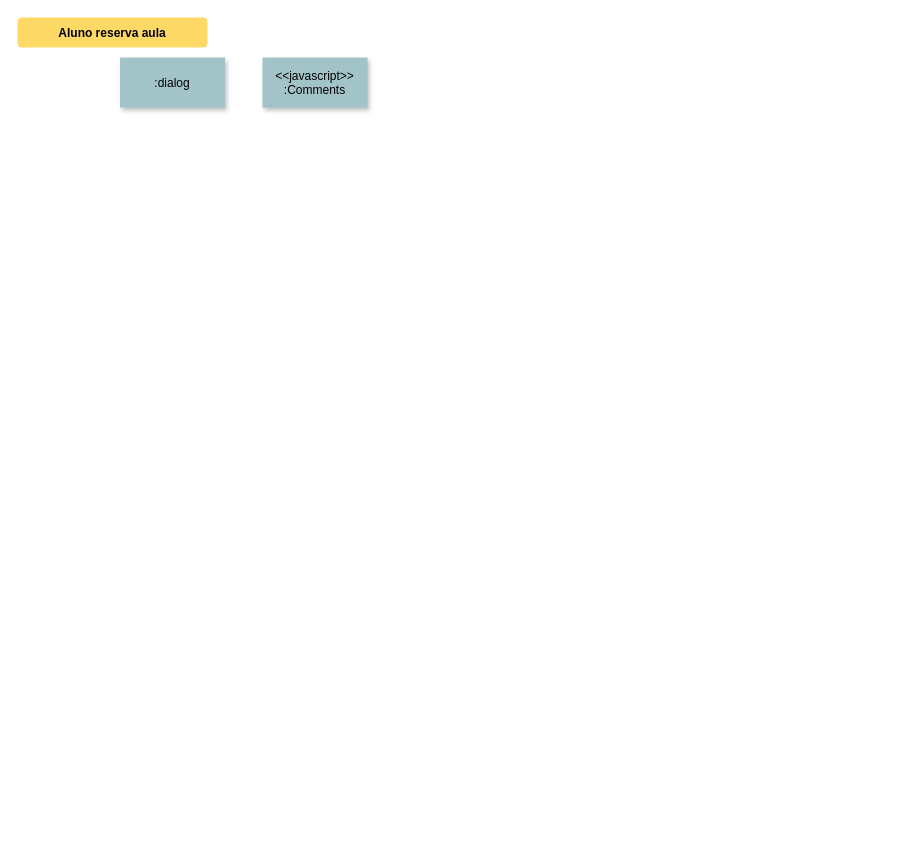
Above: aluno_reserva.drawio in Neandertals/personal (draw.io), before the change. Source tidied: cells renumbered, new cells numbered last; positions are measured from the earlier drawing's top-left corner, leaving out a move shared by most shapes. Both pictures are drawn from the tidied source at 100%, with x=0, y=0 at pixel (17, 17).
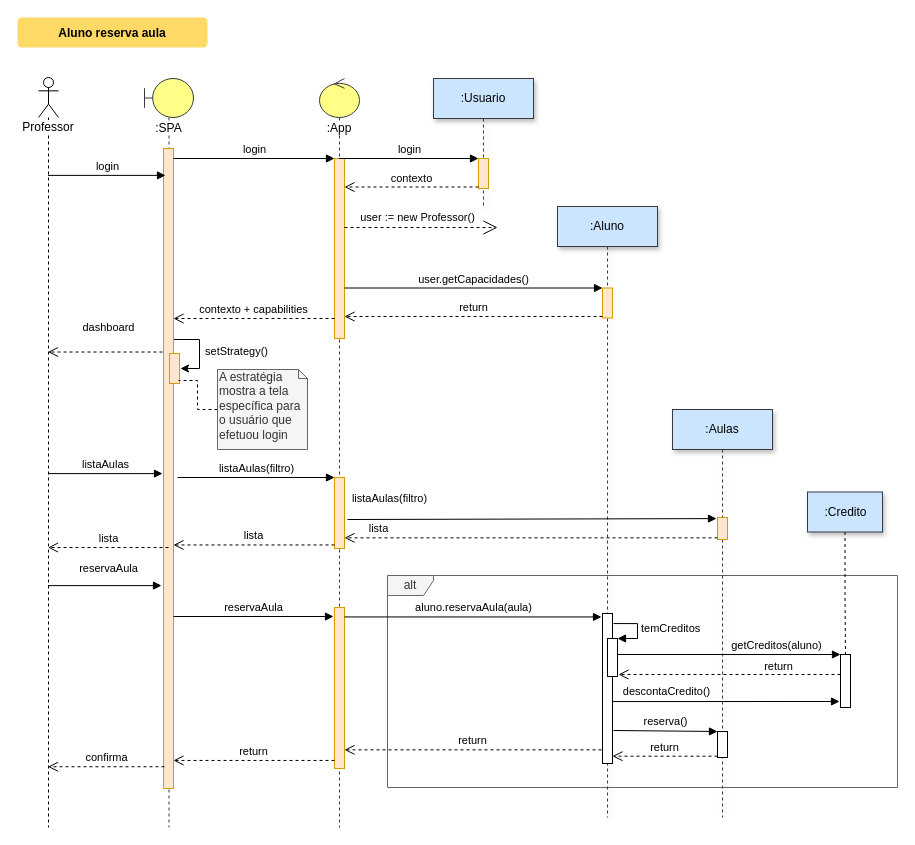
The same diagram, later.

Change to the diagram source:
```diff
@@
-    <mxCell id="2" value=":dialog" style="shadow=1;fillColor=#A2C4C9;strokeColor=none;" parent="1" vertex="1">
-      <mxGeometry x="102.5" y="40" width="105" height="50" as="geometry" />
-    </mxCell>
-    <mxCell id="3" value="&lt;&lt;javascript&gt;&gt;&#10;:Comments" style="shadow=1;fillColor=#A2C4C9;strokeColor=none;" parent="1" vertex="1">
-      <mxGeometry x="245" y="40" width="105" height="50" as="geometry" />
-    </mxCell>
@@
+    <mxCell id="5" value="alt" style="shape=umlFrame;whiteSpace=wrap;html=1;fillColor=#f5f5f5;strokeColor=#666666;fontColor=#333333;gradientColor=none;swimlaneFillColor=none;width=46;height=20;comic=0;" parent="1" vertex="1">
+      <mxGeometry x="370" y="558" width="510" height="212" as="geometry" />
+    </mxCell>
+    <mxCell id="6" value=":SPA" style="shape=umlLifeline;participant=umlBoundary;perimeter=lifelinePerimeter;whiteSpace=wrap;html=1;verticalAlign=top;spacingTop=36;labelBackgroundColor=#ffffff;size=39;fillColor=#ffff88;strokeColor=#36393d;" parent="1" vertex="1">
+      <mxGeometry x="127" y="61" width="49" height="749" as="geometry" />
+    </mxCell>
+    <mxCell id="7" value="setStrategy()" style="edgeStyle=orthogonalEdgeStyle;rounded=0;jettySize=auto;html=1;entryX=1.1;entryY=0.5;entryDx=0;entryDy=0;entryPerimeter=0;" parent="6" edge="1" source="8" target="9">
+      <mxGeometry x="0.52" y="-42" relative="1" as="geometry">
+        <Array as="points">
+          <mxPoint x="55" y="261" />
+          <mxPoint x="55" y="290" />
+        </Array>
+        <mxPoint x="38" y="25" as="offset" />
+      </mxGeometry>
+    </mxCell>
+    <mxCell id="8" style="html=1;points=[];perimeter=orthogonalPerimeter;fillColor=#ffe6cc;strokeColor=#d79b00;" parent="6" vertex="1">
+      <mxGeometry x="19" y="70" width="10" height="640" as="geometry" />
+    </mxCell>
+    <mxCell id="9" style="html=1;points=[];perimeter=orthogonalPerimeter;fillColor=#ffe6cc;strokeColor=#d79b00;" parent="6" vertex="1">
+      <mxGeometry x="25" y="275" width="10" height="30" as="geometry" />
+    </mxCell>
+    <mxCell id="10" value="Professor&lt;br&gt;" style="shape=umlLifeline;participant=umlActor;perimeter=lifelinePerimeter;whiteSpace=wrap;html=1;verticalAlign=top;spacingTop=36;labelBackgroundColor=#ffffff;outlineConnect=0;" parent="1" vertex="1">
+      <mxGeometry x="21" y="60" width="20" height="750" as="geometry" />
+    </mxCell>
+    <mxCell id="11" value=":Usuario" style="shape=umlLifeline;perimeter=lifelinePerimeter;whiteSpace=wrap;html=1;shadow=1;strokeColor=#36393d;fillColor=#cce5ff;" parent="1" vertex="1">
+      <mxGeometry x="416" y="61" width="100" height="129" as="geometry" />
+    </mxCell>
+    <mxCell id="12" style="html=1;points=[];perimeter=orthogonalPerimeter;fillColor=#ffe6cc;strokeColor=#d79b00;" parent="11" vertex="1">
+      <mxGeometry x="45" y="80" width="10" height="30" as="geometry" />
+    </mxCell>
+    <mxCell id="13" value=":App" style="shape=umlLifeline;participant=umlControl;perimeter=lifelinePerimeter;whiteSpace=wrap;html=1;verticalAlign=top;spacingTop=36;labelBackgroundColor=#ffffff;outlineConnect=0;size=39;fillColor=#ffff88;strokeColor=#36393d;" parent="1" vertex="1">
+      <mxGeometry x="302" y="61" width="40" height="749" as="geometry" />
+    </mxCell>
+    <mxCell id="14" style="html=1;points=[];perimeter=orthogonalPerimeter;fillColor=#ffe6cc;strokeColor=#d79b00;" parent="13" vertex="1">
+      <mxGeometry x="15" y="80" width="10" height="180" as="geometry" />
+    </mxCell>
+    <mxCell id="15" style="html=1;points=[];perimeter=orthogonalPerimeter;fillColor=#ffe6cc;strokeColor=#d79b00;" parent="13" vertex="1">
+      <mxGeometry x="15" y="399" width="10" height="71" as="geometry" />
+    </mxCell>
+    <mxCell id="16" style="html=1;points=[];perimeter=orthogonalPerimeter;fillColor=#ffe6cc;strokeColor=#d79b00;" parent="13" vertex="1">
+      <mxGeometry x="15" y="529" width="10" height="161" as="geometry" />
+    </mxCell>
+    <mxCell id="17" value="login" style="html=1;verticalAlign=bottom;endArrow=block;entryX=0;entryY=0;" parent="1" edge="1" source="8" target="14">
+      <mxGeometry relative="1" as="geometry" />
+    </mxCell>
+    <mxCell id="18" value="contexto + capabilities" style="html=1;verticalAlign=bottom;endArrow=open;dashed=1;endSize=8;exitX=0;exitY=0.889;exitDx=0;exitDy=0;exitPerimeter=0;" parent="1" edge="1" source="14" target="8">
+      <mxGeometry relative="1" as="geometry" />
+    </mxCell>
+    <mxCell id="19" value="contexto" style="html=1;verticalAlign=bottom;endArrow=open;dashed=1;endSize=8;exitX=0;exitY=0.95;" parent="1" edge="1" source="12" target="14">
+      <mxGeometry relative="1" as="geometry" />
+    </mxCell>
+    <mxCell id="20" value="login" style="html=1;verticalAlign=bottom;endArrow=block;entryX=0;entryY=0;" parent="1" edge="1" source="13" target="12">
+      <mxGeometry relative="1" as="geometry" />
+    </mxCell>
+    <mxCell id="21" value="login" style="html=1;verticalAlign=bottom;endArrow=block;entryX=0.2;entryY=0.042;entryDx=0;entryDy=0;entryPerimeter=0;" parent="1" edge="1" source="10" target="8">
+      <mxGeometry relative="1" as="geometry" />
+    </mxCell>
+    <mxCell id="22" value="dashboard" style="html=1;verticalAlign=bottom;endArrow=open;dashed=1;endSize=8;exitX=-0.1;exitY=0.318;exitDx=0;exitDy=0;exitPerimeter=0;" parent="1" edge="1" source="8" target="10">
+      <mxGeometry x="-0.06" y="-16" relative="1" as="geometry" />
+    </mxCell>
+    <mxCell id="23" value=":Aluno" style="shape=umlLifeline;perimeter=lifelinePerimeter;whiteSpace=wrap;html=1;shadow=1;strokeColor=#36393d;fillColor=#cce5ff;" parent="1" vertex="1">
+      <mxGeometry x="540" y="189" width="100" height="611" as="geometry" />
+    </mxCell>
+    <mxCell id="24" style="html=1;points=[];perimeter=orthogonalPerimeter;fillColor=#ffe6cc;strokeColor=#d79b00;" parent="23" vertex="1">
+      <mxGeometry x="45" y="81.5" width="10" height="30" as="geometry" />
+    </mxCell>
+    <mxCell id="25" style="html=1;points=[];perimeter=orthogonalPerimeter;" parent="23" vertex="1">
+      <mxGeometry x="45" y="407" width="10" height="150" as="geometry" />
+    </mxCell>
+    <mxCell id="26" style="html=1;points=[];perimeter=orthogonalPerimeter;comic=0;gradientColor=none;" parent="23" vertex="1">
+      <mxGeometry x="50" y="432" width="10" height="38" as="geometry" />
+    </mxCell>
+    <mxCell id="27" value="temCreditos" style="edgeStyle=orthogonalEdgeStyle;html=1;align=left;spacingLeft=2;endArrow=block;rounded=0;entryX=1;entryY=0;exitX=1.1;exitY=0.067;exitDx=0;exitDy=0;exitPerimeter=0;" parent="23" edge="1" source="25" target="26">
+      <mxGeometry relative="1" as="geometry">
+        <Array as="points">
+          <mxPoint x="80" y="417" />
+          <mxPoint x="80" y="432" />
+        </Array>
+      </mxGeometry>
+    </mxCell>
+    <mxCell id="28" value="user := new Professor()" style="endArrow=open;endSize=12;dashed=1;html=1;" parent="1" edge="1" source="14">
+      <mxGeometry x="-0.05" y="10" relative="1" as="geometry">
+        <mxPoint x="480" y="210" as="targetPoint" />
+      </mxGeometry>
+    </mxCell>
+    <mxCell id="29" value="user.getCapacidades()" style="html=1;verticalAlign=bottom;endArrow=block;entryX=0;entryY=0;" parent="1" edge="1" source="14" target="24">
+      <mxGeometry relative="1" as="geometry" />
+    </mxCell>
+    <mxCell id="30" value="return" style="html=1;verticalAlign=bottom;endArrow=open;dashed=1;endSize=8;exitX=0;exitY=0.95;" parent="1" edge="1" source="24" target="14">
+      <mxGeometry relative="1" as="geometry" />
+    </mxCell>
+    <mxCell id="31" style="edgeStyle=orthogonalEdgeStyle;rounded=0;jettySize=auto;html=1;entryX=0.9;entryY=0.9;entryDx=0;entryDy=0;entryPerimeter=0;dashed=1;endArrow=none;endFill=0;" parent="1" edge="1" source="32" target="9">
+      <mxGeometry relative="1" as="geometry" />
+    </mxCell>
+    <mxCell id="32" value="&lt;blockquote style=&quot;margin: 0 0 0 40px ; border: none ; padding: 0px&quot;&gt;&lt;/blockquote&gt;&lt;span&gt;A estratégia&lt;/span&gt;&lt;br&gt;&lt;blockquote style=&quot;margin: 0 0 0 40px ; border: none ; padding: 0px&quot;&gt;&lt;/blockquote&gt;&lt;span&gt;mostra a tela específica para&lt;/span&gt;&lt;br&gt;&lt;blockquote style=&quot;margin: 0 0 0 40px ; border: none ; padding: 0px&quot;&gt; &lt;/blockquote&gt;&lt;span&gt;o usuário que&lt;/span&gt;&lt;br&gt; efetuou login" style="shape=note;whiteSpace=wrap;html=1;size=9;verticalAlign=top;align=left;spacingTop=-6;fillColor=#f5f5f5;strokeColor=#666666;fontColor=#333333;" parent="1" vertex="1">
+      <mxGeometry x="200" y="352" width="90" height="80" as="geometry" />
+    </mxCell>
+    <mxCell id="33" value=":Aulas" style="shape=umlLifeline;perimeter=lifelinePerimeter;whiteSpace=wrap;html=1;shadow=1;strokeColor=#36393d;fillColor=#cce5ff;" parent="1" vertex="1">
+      <mxGeometry x="655" y="392" width="100" height="408" as="geometry" />
+    </mxCell>
+    <mxCell id="34" style="html=1;points=[];perimeter=orthogonalPerimeter;fillColor=#ffe6cc;strokeColor=#d79b00;" parent="33" vertex="1">
+      <mxGeometry x="45" y="108" width="10" height="22" as="geometry" />
+    </mxCell>
+    <mxCell id="35" style="html=1;points=[];perimeter=orthogonalPerimeter;comic=0;gradientColor=none;" parent="33" vertex="1">
+      <mxGeometry x="45" y="322" width="10" height="26" as="geometry" />
+    </mxCell>
+    <mxCell id="36" value="listaAulas" style="html=1;verticalAlign=bottom;endArrow=block;entryX=-0.1;entryY=0.508;entryDx=0;entryDy=0;entryPerimeter=0;" parent="1" edge="1" source="10" target="8">
+      <mxGeometry relative="1" as="geometry" />
+    </mxCell>
+    <mxCell id="37" value="listaAulas(filtro)" style="html=1;verticalAlign=bottom;endArrow=block;entryX=0;entryY=0;" parent="1" edge="1" target="15">
+      <mxGeometry relative="1" as="geometry">
+        <mxPoint x="160" y="460" as="sourcePoint" />
+      </mxGeometry>
+    </mxCell>
+    <mxCell id="38" value="lista" style="html=1;verticalAlign=bottom;endArrow=open;dashed=1;endSize=8;exitX=0;exitY=0.95;" parent="1" edge="1" source="15" target="8">
+      <mxGeometry relative="1" as="geometry" />
+    </mxCell>
+    <mxCell id="39" value="lista" style="html=1;verticalAlign=bottom;endArrow=open;dashed=1;endSize=8;exitX=0;exitY=0.925;exitDx=0;exitDy=0;exitPerimeter=0;" parent="1" edge="1" source="34" target="15">
+      <mxGeometry x="0.82" relative="1" as="geometry" />
+    </mxCell>
+    <mxCell id="40" value="lista" style="html=1;verticalAlign=bottom;endArrow=open;dashed=1;endSize=8;" parent="1" edge="1" target="10">
+      <mxGeometry relative="1" as="geometry">
+        <mxPoint x="151" y="530" as="sourcePoint" />
+      </mxGeometry>
+    </mxCell>
+    <mxCell id="41" value="listaAulas(filtro)" style="html=1;verticalAlign=bottom;endArrow=block;entryX=-0.1;entryY=0.05;entryDx=0;entryDy=0;entryPerimeter=0;" parent="1" edge="1" target="34">
+      <mxGeometry x="-0.77" y="12" relative="1" as="geometry">
+        <mxPoint x="330" y="502" as="sourcePoint" />
+      </mxGeometry>
+    </mxCell>
+    <mxCell id="42" value="reservaAula" style="html=1;verticalAlign=bottom;endArrow=block;entryX=-0.2;entryY=0.683;entryDx=0;entryDy=0;entryPerimeter=0;" parent="1" edge="1" source="10" target="8">
+      <mxGeometry x="0.05" y="8" relative="1" as="geometry" />
+    </mxCell>
+    <mxCell id="43" value="reservaAula" style="html=1;verticalAlign=bottom;endArrow=block;entryX=-0.1;entryY=0.056;entryDx=0;entryDy=0;entryPerimeter=0;" parent="1" edge="1" source="8" target="16">
+      <mxGeometry relative="1" as="geometry" />
+    </mxCell>
+    <mxCell id="44" value="return" style="html=1;verticalAlign=bottom;endArrow=open;dashed=1;endSize=8;exitX=0;exitY=0.95;" parent="1" edge="1" source="16" target="8">
+      <mxGeometry relative="1" as="geometry" />
+    </mxCell>
+    <mxCell id="45" value="aluno.reservaAula(aula)" style="html=1;verticalAlign=bottom;endArrow=block;entryX=-0.1;entryY=0.023;entryDx=0;entryDy=0;entryPerimeter=0;" parent="1" edge="1" source="16" target="25">
+      <mxGeometry relative="1" as="geometry" />
+    </mxCell>
+    <mxCell id="46" value="return" style="html=1;verticalAlign=bottom;endArrow=open;dashed=1;endSize=8;exitX=-0.1;exitY=0.909;exitDx=0;exitDy=0;exitPerimeter=0;" parent="1" edge="1" source="25" target="16">
+      <mxGeometry relative="1" as="geometry" />
+    </mxCell>
+    <mxCell id="47" value="confirma" style="html=1;verticalAlign=bottom;endArrow=open;dashed=1;endSize=8;exitX=0.1;exitY=0.966;exitDx=0;exitDy=0;exitPerimeter=0;" parent="1" edge="1" source="8" target="10">
+      <mxGeometry relative="1" as="geometry" />
+    </mxCell>
+    <mxCell id="48" style="edgeStyle=orthogonalEdgeStyle;rounded=0;jettySize=auto;html=1;endArrow=none;endFill=0;dashed=1;" parent="1" edge="1" source="49" target="50">
+      <mxGeometry relative="1" as="geometry" />
+    </mxCell>
+    <mxCell id="49" value=":Credito" style="html=1;comic=0;gradientColor=none;shadow=1;strokeColor=#36393d;fillColor=#cce5ff;" parent="1" vertex="1">
+      <mxGeometry x="790" y="474.5" width="75" height="40" as="geometry" />
+    </mxCell>
+    <mxCell id="50" style="html=1;points=[];perimeter=orthogonalPerimeter;comic=0;gradientColor=none;" parent="1" vertex="1">
+      <mxGeometry x="823" y="637" width="10" height="53" as="geometry" />
+    </mxCell>
+    <mxCell id="51" value="getCreditos(aluno)" style="html=1;verticalAlign=bottom;endArrow=block;entryX=0;entryY=0;" parent="1" edge="1" source="26" target="50">
+      <mxGeometry x="0.43" relative="1" as="geometry" />
+    </mxCell>
+    <mxCell id="52" value="return" style="html=1;verticalAlign=bottom;endArrow=open;dashed=1;endSize=8;entryX=1.1;entryY=0.947;entryDx=0;entryDy=0;entryPerimeter=0;" parent="1" edge="1" source="50" target="26">
+      <mxGeometry x="-0.44" y="1" relative="1" as="geometry" />
+    </mxCell>
+    <mxCell id="53" value="descontaCredito()" style="html=1;verticalAlign=bottom;endArrow=block;entryX=-0.1;entryY=0.887;entryDx=0;entryDy=0;entryPerimeter=0;exitX=1;exitY=0.587;exitDx=0;exitDy=0;exitPerimeter=0;" parent="1" edge="1" source="25" target="50">
+      <mxGeometry x="-0.52" y="1" relative="1" as="geometry" />
+    </mxCell>
+    <mxCell id="54" value="return" style="html=1;verticalAlign=bottom;endArrow=open;dashed=1;endSize=8;exitX=0;exitY=0.95;" parent="1" edge="1" source="35" target="25">
+      <mxGeometry relative="1" as="geometry" />
+    </mxCell>
+    <mxCell id="55" value="reserva()" style="html=1;verticalAlign=bottom;endArrow=block;entryX=0;entryY=0;exitX=1.1;exitY=0.78;exitDx=0;exitDy=0;exitPerimeter=0;" parent="1" edge="1" source="25" target="35">
+      <mxGeometry relative="1" as="geometry" />
+    </mxCell>
```
